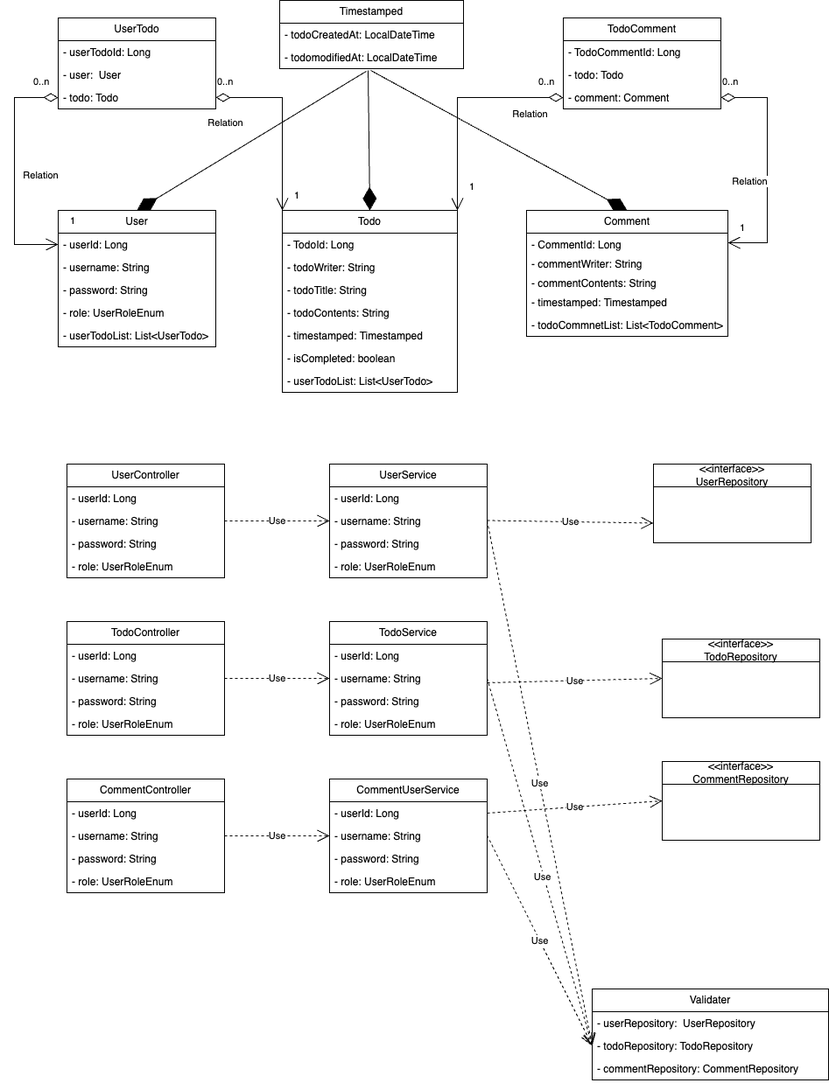
Earlier version of the draw.io export TodoApp-ClassDiagram.png (devJWL/TodoApp). Source tidied: cells renumbered, new cells last; positions are measured from the earlier drawing's top-left corner, leaving out a move shared by most shapes.
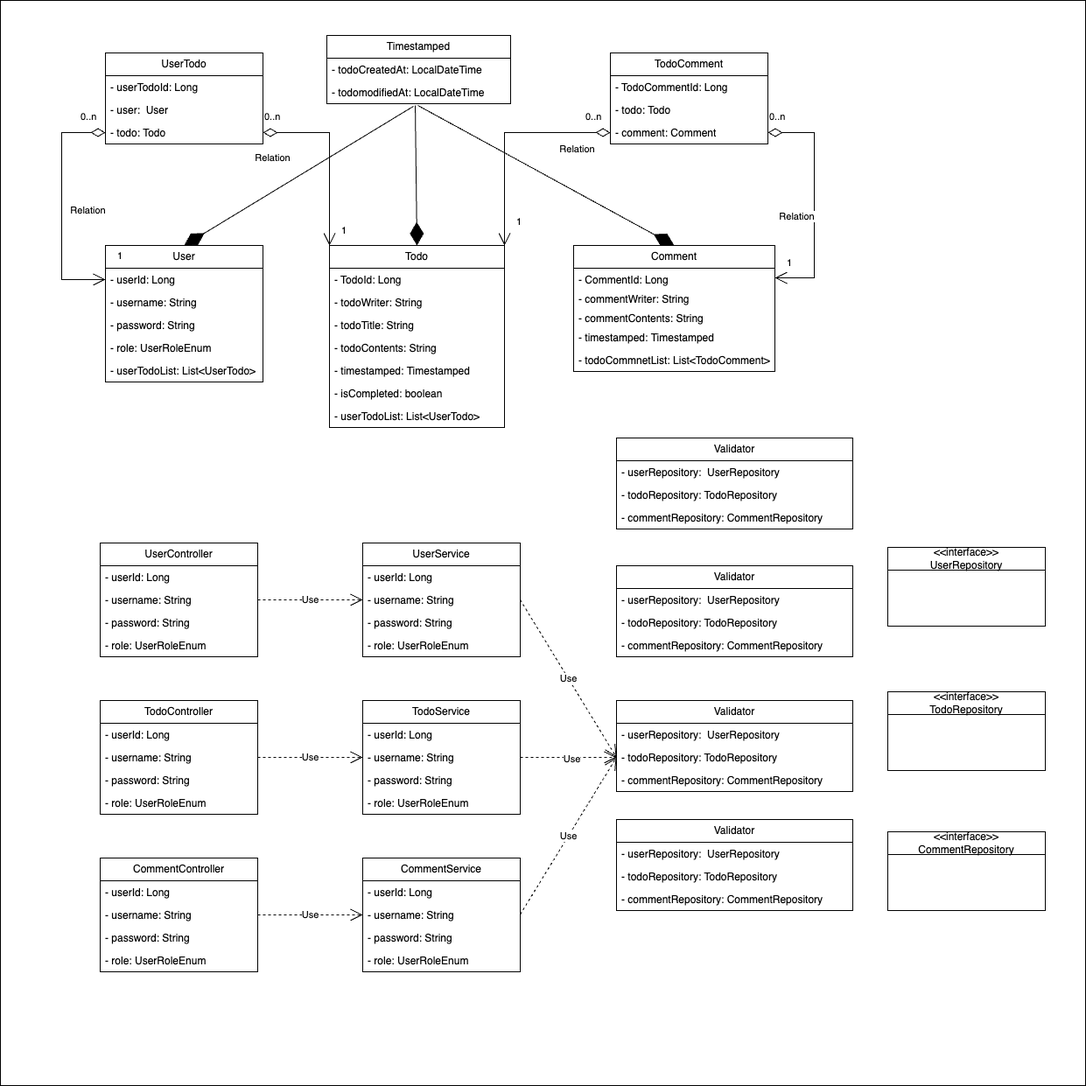
The same diagram one commit later.

The edit, as a diff of the source:
```diff
@@ -1,7 +1,10 @@
-<mxGraphModel>
+<mxGraphModel background="#ffffff">
   <root>
     <mxCell id="0" />
     <mxCell id="1" parent="0" />
+    <mxCell id="94" style="whiteSpace=wrap;html=1;" parent="1" vertex="1">
+      <mxGeometry x="-70" y="-40" width="1240" height="1240" as="geometry" />
+    </mxCell>
     <mxCell id="2" value="User" style="swimlane;fontStyle=0;horizontal=1;startSize=26;fillColor=none;whiteSpace=wrap;html=1;" parent="1" vertex="1">
       <mxGeometry x="50" y="240" width="180" height="156" as="geometry" />
     </mxCell>
@@ -171,7 +174,7 @@
       </mxGeometry>
     </mxCell>
     <mxCell id="48" value="UserController" style="swimlane;fontStyle=0;horizontal=1;startSize=26;fillColor=none;whiteSpace=wrap;html=1;" parent="1" vertex="1">
-      <mxGeometry x="60" y="530" width="180" height="130" as="geometry" />
+      <mxGeometry x="44" y="580" width="180" height="130" as="geometry" />
     </mxCell>
     <mxCell id="49" value="- userId: Long&amp;nbsp;" style="text;strokeColor=none;fillColor=none;align=left;verticalAlign=top;spacingLeft=4;spacingRight=4;overflow=hidden;whiteSpace=wrap;html=1;" parent="48" vertex="1">
       <mxGeometry y="26" width="180" height="26" as="geometry" />
@@ -186,7 +189,7 @@
       <mxGeometry y="104" width="180" height="26" as="geometry" />
     </mxCell>
     <mxCell id="53" value="UserService" style="swimlane;fontStyle=0;horizontal=1;startSize=26;fillColor=none;whiteSpace=wrap;html=1;" parent="1" vertex="1">
-      <mxGeometry x="360" y="530" width="180" height="130" as="geometry" />
+      <mxGeometry x="344" y="580" width="180" height="130" as="geometry" />
     </mxCell>
     <mxCell id="54" value="- userId: Long&amp;nbsp;" style="text;strokeColor=none;fillColor=none;align=left;verticalAlign=top;spacingLeft=4;spacingRight=4;overflow=hidden;whiteSpace=wrap;html=1;" parent="53" vertex="1">
       <mxGeometry y="26" width="180" height="26" as="geometry" />
@@ -201,10 +204,10 @@
       <mxGeometry y="104" width="180" height="26" as="geometry" />
     </mxCell>
     <mxCell id="58" value="&amp;lt;&amp;lt;interface&amp;gt;&amp;gt;&lt;br&gt;UserRepository" style="swimlane;fontStyle=0;horizontal=1;startSize=26;fillColor=none;whiteSpace=wrap;html=1;" parent="1" vertex="1">
-      <mxGeometry x="730" y="530" width="180" height="90" as="geometry" />
+      <mxGeometry x="944" y="585" width="180" height="90" as="geometry" />
     </mxCell>
     <mxCell id="59" value="TodoController" style="swimlane;fontStyle=0;horizontal=1;startSize=26;fillColor=none;whiteSpace=wrap;html=1;" parent="1" vertex="1">
-      <mxGeometry x="60" y="710" width="180" height="130" as="geometry" />
+      <mxGeometry x="44" y="760" width="180" height="130" as="geometry" />
     </mxCell>
     <mxCell id="60" value="- userId: Long&amp;nbsp;" style="text;strokeColor=none;fillColor=none;align=left;verticalAlign=top;spacingLeft=4;spacingRight=4;overflow=hidden;whiteSpace=wrap;html=1;" parent="59" vertex="1">
       <mxGeometry y="26" width="180" height="26" as="geometry" />
@@ -219,7 +222,7 @@
       <mxGeometry y="104" width="180" height="26" as="geometry" />
     </mxCell>
     <mxCell id="64" value="TodoService" style="swimlane;fontStyle=0;horizontal=1;startSize=26;fillColor=none;whiteSpace=wrap;html=1;" parent="1" vertex="1">
-      <mxGeometry x="360" y="710" width="180" height="130" as="geometry" />
+      <mxGeometry x="344" y="760" width="180" height="130" as="geometry" />
     </mxCell>
     <mxCell id="65" value="- userId: Long&amp;nbsp;" style="text;strokeColor=none;fillColor=none;align=left;verticalAlign=top;spacingLeft=4;spacingRight=4;overflow=hidden;whiteSpace=wrap;html=1;" parent="64" vertex="1">
       <mxGeometry y="26" width="180" height="26" as="geometry" />
@@ -234,10 +237,10 @@
       <mxGeometry y="104" width="180" height="26" as="geometry" />
     </mxCell>
     <mxCell id="69" value="&amp;lt;&amp;lt;interface&amp;gt;&amp;gt;&lt;br&gt;TodoRepository" style="swimlane;fontStyle=0;horizontal=1;startSize=26;fillColor=none;whiteSpace=wrap;html=1;" parent="1" vertex="1">
-      <mxGeometry x="740" y="730" width="180" height="90" as="geometry" />
+      <mxGeometry x="944" y="750" width="180" height="90" as="geometry" />
     </mxCell>
     <mxCell id="70" value="CommentController" style="swimlane;fontStyle=0;horizontal=1;startSize=26;fillColor=none;whiteSpace=wrap;html=1;" parent="1" vertex="1">
-      <mxGeometry x="60" y="890" width="180" height="130" as="geometry" />
+      <mxGeometry x="44" y="940" width="180" height="130" as="geometry" />
     </mxCell>
     <mxCell id="71" value="- userId: Long&amp;nbsp;" style="text;strokeColor=none;fillColor=none;align=left;verticalAlign=top;spacingLeft=4;spacingRight=4;overflow=hidden;whiteSpace=wrap;html=1;" parent="70" vertex="1">
       <mxGeometry y="26" width="180" height="26" as="geometry" />
@@ -251,8 +254,8 @@
     <mxCell id="74" value="- role:&amp;nbsp;UserRoleEnum" style="text;strokeColor=none;fillColor=none;align=left;verticalAlign=top;spacingLeft=4;spacingRight=4;overflow=hidden;whiteSpace=wrap;html=1;" parent="70" vertex="1">
       <mxGeometry y="104" width="180" height="26" as="geometry" />
     </mxCell>
-    <mxCell id="75" value="CommentUserService" style="swimlane;fontStyle=0;horizontal=1;startSize=26;fillColor=none;whiteSpace=wrap;html=1;" parent="1" vertex="1">
-      <mxGeometry x="360" y="890" width="180" height="130" as="geometry" />
+    <mxCell id="75" value="CommentService" style="swimlane;fontStyle=0;horizontal=1;startSize=26;fillColor=none;whiteSpace=wrap;html=1;" parent="1" vertex="1">
+      <mxGeometry x="344" y="940" width="180" height="130" as="geometry" />
     </mxCell>
     <mxCell id="76" value="- userId: Long&amp;nbsp;" style="text;strokeColor=none;fillColor=none;align=left;verticalAlign=top;spacingLeft=4;spacingRight=4;overflow=hidden;points=[[0,0.5],[1,0.5]];portConstraint=eastwest;whiteSpace=wrap;html=1;" parent="75" vertex="1">
       <mxGeometry y="26" width="180" height="26" as="geometry" />
@@ -267,10 +270,10 @@
       <mxGeometry y="104" width="180" height="26" as="geometry" />
     </mxCell>
     <mxCell id="80" value="&amp;lt;&amp;lt;interface&amp;gt;&amp;gt;&lt;br&gt;CommentRepository" style="swimlane;fontStyle=0;horizontal=1;startSize=26;fillColor=none;whiteSpace=wrap;html=1;" parent="1" vertex="1">
-      <mxGeometry x="740" y="870" width="180" height="90" as="geometry" />
+      <mxGeometry x="944" y="910" width="180" height="90" as="geometry" />
     </mxCell>
-    <mxCell id="81" value="Validater" style="swimlane;fontStyle=0;horizontal=1;startSize=26;fillColor=none;whiteSpace=wrap;html=1;" parent="1" vertex="1">
-      <mxGeometry x="660" y="1130" width="270" height="104" as="geometry" />
+    <mxCell id="81" value="Validator" style="swimlane;fontStyle=0;horizontal=1;startSize=26;fillColor=none;whiteSpace=wrap;html=1;" parent="1" vertex="1">
+      <mxGeometry x="634" y="760" width="270" height="104" as="geometry" />
     </mxCell>
     <mxCell id="82" value="- userRepository:&amp;nbsp;&amp;nbsp;UserRepository" style="text;strokeColor=none;fillColor=none;align=left;verticalAlign=top;spacingLeft=4;spacingRight=4;overflow=hidden;whiteSpace=wrap;html=1;" parent="81" vertex="1">
       <mxGeometry y="26" width="270" height="26" as="geometry" />
@@ -298,21 +301,44 @@
     </mxCell>
     <mxCell id="90" value="Use" style="endArrow=open;endSize=12;dashed=1;html=1;rounded=0;exitX=1;exitY=0.5;exitDx=0;exitDy=0;entryX=0;entryY=0.5;entryDx=0;entryDy=0;" parent="1" edge="1" target="83">
       <mxGeometry relative="1" as="geometry">
-        <mxPoint x="540" y="954.5" as="sourcePoint" />
+        <mxPoint x="524" y="1004.5" as="sourcePoint" />
       </mxGeometry>
     </mxCell>
-    <mxCell id="91" value="Use" style="endArrow=open;endSize=12;dashed=1;html=1;rounded=0;entryX=0;entryY=0.75;entryDx=0;entryDy=0;exitX=1;exitY=0.5;exitDx=0;exitDy=0;" parent="1" edge="1" target="58">
-      <mxGeometry relative="1" as="geometry">
-        <mxPoint x="540" y="594.5" as="sourcePoint" />
-      </mxGeometry>
-    </mxCell>
-    <mxCell id="92" value="Use" style="endArrow=open;endSize=12;dashed=1;html=1;rounded=0;exitX=1;exitY=0.5;exitDx=0;exitDy=0;entryX=0;entryY=0.5;entryDx=0;entryDy=0;" parent="1" edge="1" target="69">
-      <mxGeometry relative="1" as="geometry">
-        <mxPoint x="540" y="780" as="sourcePoint" />
-      </mxGeometry>
-    </mxCell>
-    <mxCell id="93" value="Use" style="endArrow=open;endSize=12;dashed=1;html=1;rounded=0;exitX=1;exitY=0.5;exitDx=0;exitDy=0;entryX=0;entryY=0.5;entryDx=0;entryDy=0;" parent="1" edge="1" source="76" target="80">
-      <mxGeometry relative="1" as="geometry" />
-    </mxCell>
+    <mxCell id="95" value="Validator" style="swimlane;fontStyle=0;horizontal=1;startSize=26;fillColor=none;whiteSpace=wrap;html=1;" parent="1" vertex="1">
+      <mxGeometry x="634" y="606" width="270" height="104" as="geometry" />
+    </mxCell>
+    <mxCell id="96" value="- userRepository:&amp;nbsp;&amp;nbsp;UserRepository" style="text;strokeColor=none;fillColor=none;align=left;verticalAlign=top;spacingLeft=4;spacingRight=4;overflow=hidden;whiteSpace=wrap;html=1;" parent="95" vertex="1">
+      <mxGeometry y="26" width="270" height="26" as="geometry" />
+    </mxCell>
+    <mxCell id="97" value="- todoRepository: TodoRepository" style="text;strokeColor=none;fillColor=none;align=left;verticalAlign=top;spacingLeft=4;spacingRight=4;overflow=hidden;whiteSpace=wrap;html=1;" parent="95" vertex="1">
+      <mxGeometry y="52" width="270" height="26" as="geometry" />
+    </mxCell>
+    <mxCell id="98" value="- commentRepository: CommentRepository" style="text;strokeColor=none;fillColor=none;align=left;verticalAlign=top;spacingLeft=4;spacingRight=4;overflow=hidden;whiteSpace=wrap;html=1;" parent="95" vertex="1">
+      <mxGeometry y="78" width="270" height="26" as="geometry" />
+    </mxCell>
+    <mxCell id="99" value="Validator" style="swimlane;fontStyle=0;horizontal=1;startSize=26;fillColor=none;whiteSpace=wrap;html=1;" parent="1" vertex="1">
+      <mxGeometry x="634" y="460" width="270" height="104" as="geometry" />
+    </mxCell>
+    <mxCell id="100" value="- userRepository:&amp;nbsp;&amp;nbsp;UserRepository" style="text;strokeColor=none;fillColor=none;align=left;verticalAlign=top;spacingLeft=4;spacingRight=4;overflow=hidden;whiteSpace=wrap;html=1;" parent="99" vertex="1">
+      <mxGeometry y="26" width="270" height="26" as="geometry" />
+    </mxCell>
+    <mxCell id="101" value="- todoRepository: TodoRepository" style="text;strokeColor=none;fillColor=none;align=left;verticalAlign=top;spacingLeft=4;spacingRight=4;overflow=hidden;whiteSpace=wrap;html=1;" parent="99" vertex="1">
+      <mxGeometry y="52" width="270" height="26" as="geometry" />
+    </mxCell>
+    <mxCell id="102" value="- commentRepository: CommentRepository" style="text;strokeColor=none;fillColor=none;align=left;verticalAlign=top;spacingLeft=4;spacingRight=4;overflow=hidden;whiteSpace=wrap;html=1;" parent="99" vertex="1">
+      <mxGeometry y="78" width="270" height="26" as="geometry" />
+    </mxCell>
+    <mxCell id="103" value="Validator" style="swimlane;fontStyle=0;horizontal=1;startSize=26;fillColor=none;whiteSpace=wrap;html=1;" parent="1" vertex="1">
+      <mxGeometry x="634" y="896" width="270" height="104" as="geometry" />
+    </mxCell>
+    <mxCell id="104" value="- userRepository:&amp;nbsp;&amp;nbsp;UserRepository" style="text;strokeColor=none;fillColor=none;align=left;verticalAlign=top;spacingLeft=4;spacingRight=4;overflow=hidden;whiteSpace=wrap;html=1;" parent="103" vertex="1">
+      <mxGeometry y="26" width="270" height="26" as="geometry" />
+    </mxCell>
+    <mxCell id="105" value="- todoRepository: TodoRepository" style="text;strokeColor=none;fillColor=none;align=left;verticalAlign=top;spacingLeft=4;spacingRight=4;overflow=hidden;whiteSpace=wrap;html=1;" parent="103" vertex="1">
+      <mxGeometry y="52" width="270" height="26" as="geometry" />
+    </mxCell>
+    <mxCell id="106" value="- commentRepository: CommentRepository" style="text;strokeColor=none;fillColor=none;align=left;verticalAlign=top;spacingLeft=4;spacingRight=4;overflow=hidden;whiteSpace=wrap;html=1;" parent="103" vertex="1">
+      <mxGeometry y="78" width="270" height="26" as="geometry" />
+    </mxCell>
   </root>
 </mxGraphModel>
```
